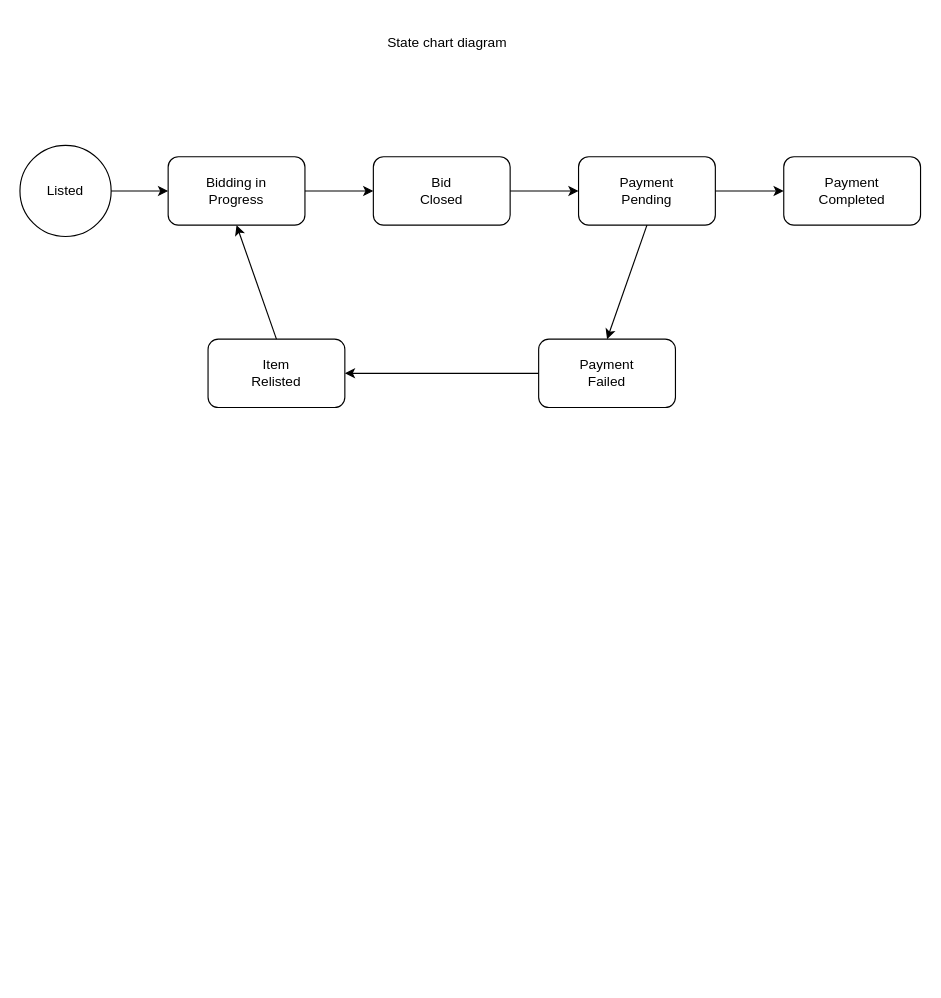
Before: state chat diagram.drawio in Abhilash31304/auction_BidBox, a draw.io diagram. Source tidied: cells renumbered, new cells numbered last; positions are measured from the earlier drawing's top-left corner, leaving out a move shared by most shapes. Both pictures are drawn from the tidied source at 114%, with x=0, y=0 at pixel (19, 19).
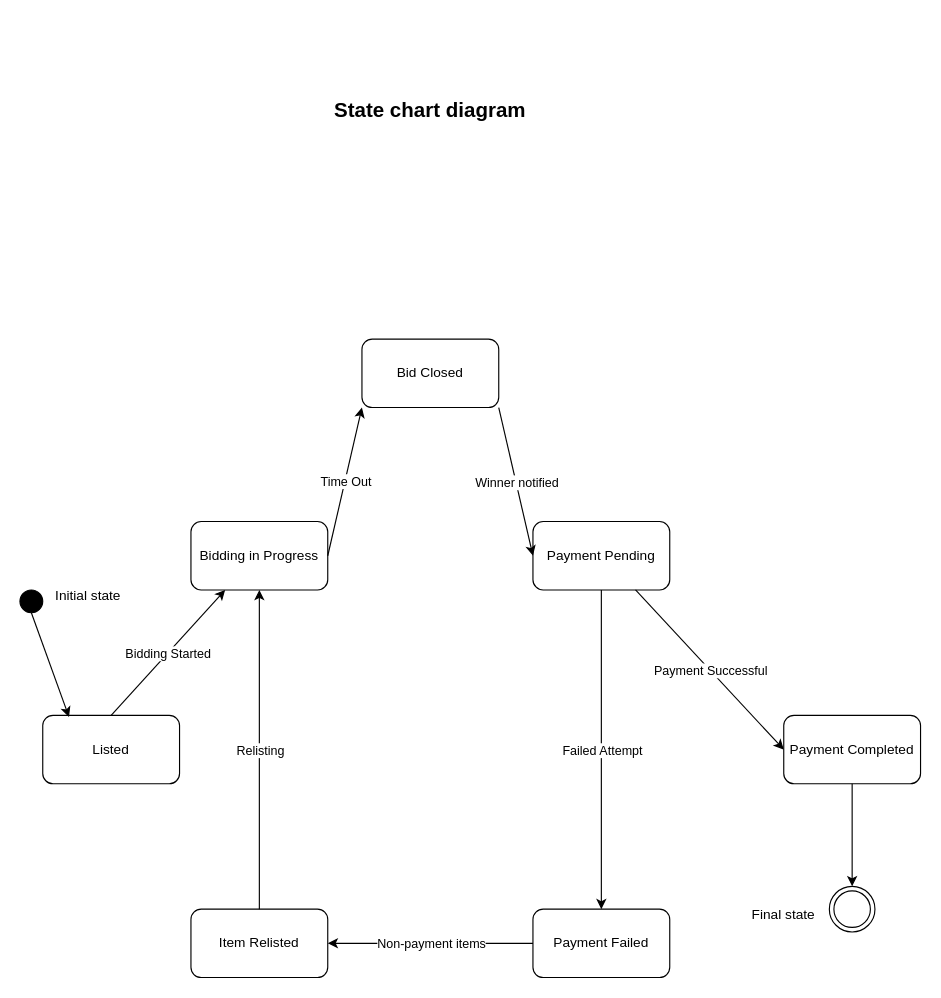
The same page after the edit.

The change refers to these unchanged cells:
```xml
<mxCell id="22" style="endArrow=classic;html=1;rounded=0;exitX=0;exitY=0.5;exitDx=0;exitDy=0;entryX=1;entryY=0.5;entryDx=0;entryDy=0;" parent="1" edge="1" source="17" target="19">
  <mxGeometry relative="1" as="geometry" />
</mxCell>
<mxCell id="23" style="endArrow=classic;html=1;rounded=0;exitX=0.5;exitY=0;exitDx=0;exitDy=0;entryX=0.5;entryY=1;entryDx=0;entryDy=0;" parent="1" edge="1" source="19" target="4">
  <mxGeometry relative="1" as="geometry" />
</mxCell>
```

Diff of the diagram source:
```diff
@@
-    <mxCell id="2" style="ellipse;whiteSpace=wrap;html=1;" parent="1" vertex="1">
-      <mxGeometry y="110" width="80" height="80" as="geometry" />
-    </mxCell>
-    <mxCell id="3" value="Listed" style="text;html=1;align=center;verticalAlign=middle;whiteSpace=wrap;rounded=0;" parent="1" vertex="1">
-      <mxGeometry x="10" y="135" width="60" height="30" as="geometry" />
-    </mxCell>
-    <mxCell id="4" style="rounded=1;whiteSpace=wrap;html=1;" parent="1" vertex="1">
-      <mxGeometry x="130" y="120" width="120" height="60" as="geometry" />
+    <mxCell id="4" value="Bidding in Progress" style="rounded=1;whiteSpace=wrap;html=1;" parent="1" vertex="1">
+      <mxGeometry x="150" y="440" width="120" height="60" as="geometry" />
     </mxCell>
-    <mxCell id="5" value="Bidding in Progress" style="text;html=1;align=center;verticalAlign=middle;whiteSpace=wrap;rounded=0;" parent="1" vertex="1">
-      <mxGeometry x="160" y="135" width="60" height="30" as="geometry" />
-    </mxCell>
-    <mxCell id="6" style="rounded=1;whiteSpace=wrap;html=1;" parent="1" vertex="1">
-      <mxGeometry x="310" y="120" width="120" height="60" as="geometry" />
+    <mxCell id="6" value="Bid Closed" style="rounded=1;whiteSpace=wrap;html=1;" parent="1" vertex="1">
+      <mxGeometry x="300" y="280" width="120" height="60" as="geometry" />
     </mxCell>
-    <mxCell id="7" value="Bid Closed" style="text;html=1;align=center;verticalAlign=middle;whiteSpace=wrap;rounded=0;" parent="1" vertex="1">
-      <mxGeometry x="340" y="135" width="60" height="30" as="geometry" />
-    </mxCell>
-    <mxCell id="8" style="rounded=1;whiteSpace=wrap;html=1;" parent="1" vertex="1">
-      <mxGeometry x="490" y="120" width="120" height="60" as="geometry" />
+    <mxCell id="8" value="Payment Pending" style="rounded=1;whiteSpace=wrap;html=1;" parent="1" vertex="1">
+      <mxGeometry x="450" y="440" width="120" height="60" as="geometry" />
     </mxCell>
-    <mxCell id="9" value="Payment Pending" style="text;html=1;align=center;verticalAlign=middle;whiteSpace=wrap;rounded=0;" parent="1" vertex="1">
-      <mxGeometry x="520" y="135" width="60" height="30" as="geometry" />
-    </mxCell>
-    <mxCell id="10" style="rounded=1;whiteSpace=wrap;html=1;" parent="1" vertex="1">
-      <mxGeometry x="670" y="120" width="120" height="60" as="geometry" />
+    <mxCell id="10" value="Payment Completed" style="rounded=1;whiteSpace=wrap;html=1;" parent="1" vertex="1">
+      <mxGeometry x="670" y="610" width="120" height="60" as="geometry" />
     </mxCell>
-    <mxCell id="11" value="Payment Completed" style="text;html=1;align=center;verticalAlign=middle;whiteSpace=wrap;rounded=0;" parent="1" vertex="1">
-      <mxGeometry x="700" y="135" width="60" height="30" as="geometry" />
-    </mxCell>
-    <mxCell id="12" style="endArrow=classic;html=1;rounded=0;exitX=1;exitY=0.5;exitDx=0;exitDy=0;entryX=0;entryY=0.5;entryDx=0;entryDy=0;" parent="1" edge="1" source="2" target="4">
-      <mxGeometry relative="1" as="geometry" />
-    </mxCell>
-    <mxCell id="13" style="endArrow=classic;html=1;rounded=0;exitX=1;exitY=0.5;exitDx=0;exitDy=0;entryX=0;entryY=0.5;entryDx=0;entryDy=0;" parent="1" edge="1" source="4" target="6">
-      <mxGeometry relative="1" as="geometry" />
-    </mxCell>
-    <mxCell id="14" style="endArrow=classic;html=1;rounded=0;exitX=1;exitY=0.5;exitDx=0;exitDy=0;entryX=0;entryY=0.5;entryDx=0;entryDy=0;" parent="1" edge="1" source="6" target="8">
-      <mxGeometry relative="1" as="geometry" />
-    </mxCell>
-    <mxCell id="15" style="endArrow=classic;html=1;rounded=0;exitX=1;exitY=0.5;exitDx=0;exitDy=0;entryX=0;entryY=0.5;entryDx=0;entryDy=0;" parent="1" edge="1" source="8" target="10">
-      <mxGeometry relative="1" as="geometry" />
-    </mxCell>
-    <mxCell id="16" value="State chart diagram" style="text;html=1;align=center;verticalAlign=middle;whiteSpace=wrap;rounded=0;" parent="1" vertex="1">
-      <mxGeometry x="300" width="150" height="40" as="geometry" />
+    <mxCell id="16" value="&lt;b&gt;&lt;font style=&quot;font-size: 18px;&quot;&gt;State chart diagram&lt;/font&gt;&lt;/b&gt;" style="text;html=1;align=center;verticalAlign=middle;whiteSpace=wrap;rounded=0;" parent="1" vertex="1">
+      <mxGeometry x="260" y="60" width="200" height="40" as="geometry" />
     </mxCell>
-    <mxCell id="17" style="rounded=1;whiteSpace=wrap;html=1;" parent="1" vertex="1">
-      <mxGeometry x="455" y="280" width="120" height="60" as="geometry" />
+    <mxCell id="17" value="Payment Failed" style="rounded=1;whiteSpace=wrap;html=1;" parent="1" vertex="1">
+      <mxGeometry x="450" y="780" width="120" height="60" as="geometry" />
     </mxCell>
-    <mxCell id="18" value="Payment Failed" style="text;html=1;align=center;verticalAlign=middle;whiteSpace=wrap;rounded=0;" parent="1" vertex="1">
-      <mxGeometry x="485" y="295" width="60" height="30" as="geometry" />
-    </mxCell>
-    <mxCell id="19" style="rounded=1;whiteSpace=wrap;html=1;" parent="1" vertex="1">
-      <mxGeometry x="165" y="280" width="120" height="60" as="geometry" />
+    <mxCell id="19" value="Item Relisted" style="rounded=1;whiteSpace=wrap;html=1;" parent="1" vertex="1">
+      <mxGeometry x="150" y="780" width="120" height="60" as="geometry" />
     </mxCell>
-    <mxCell id="20" value="Item Relisted" style="text;html=1;align=center;verticalAlign=middle;whiteSpace=wrap;rounded=0;" parent="1" vertex="1">
-      <mxGeometry x="195" y="295" width="60" height="30" as="geometry" />
-    </mxCell>
+    <mxCell id="13" style="endArrow=classic;html=1;rounded=0;exitX=1;exitY=0.5;exitDx=0;exitDy=0;entryX=0;entryY=1;entryDx=0;entryDy=0;" parent="1" edge="1" source="4" target="6">
+      <mxGeometry relative="1" as="geometry" />
+    </mxCell>
+    <mxCell id="24" value="Time Out" style="edgeLabel;html=1;align=center;verticalAlign=middle;" parent="13" vertex="1">
+      <mxGeometry relative="1" as="geometry" />
+    </mxCell>
+    <mxCell id="14" style="endArrow=classic;html=1;rounded=0;exitX=1;exitY=1;exitDx=0;exitDy=0;entryX=0;entryY=0.5;entryDx=0;entryDy=0;" parent="1" edge="1" source="6" target="8">
+      <mxGeometry relative="1" as="geometry" />
+    </mxCell>
+    <mxCell id="25" value="Winner notified" style="edgeLabel;html=1;align=center;verticalAlign=middle;" parent="14" vertex="1">
+      <mxGeometry relative="1" as="geometry" />
+    </mxCell>
+    <mxCell id="15" style="endArrow=classic;html=1;rounded=0;exitX=0.75;exitY=1;exitDx=0;exitDy=0;entryX=0;entryY=0.5;entryDx=0;entryDy=0;" parent="1" edge="1" source="8" target="10">
+      <mxGeometry relative="1" as="geometry" />
+    </mxCell>
+    <mxCell id="26" value="Payment Successful" style="edgeLabel;html=1;align=center;verticalAlign=middle;" parent="15" vertex="1">
+      <mxGeometry relative="1" as="geometry" />
+    </mxCell>
+    <mxCell id="27" style="endArrow=classic;html=1;rounded=0;exitX=0.5;exitY=0;exitDx=0;exitDy=0;entryX=0.25;entryY=1;entryDx=0;entryDy=0;" parent="1" edge="1" source="3" target="4">
+      <mxGeometry relative="1" as="geometry" />
+    </mxCell>
+    <mxCell id="28" value="Bidding Started" style="edgeLabel;html=1;align=center;verticalAlign=middle;" parent="27" vertex="1">
+      <mxGeometry relative="1" as="geometry" />
+    </mxCell>
-    <mxCell id="21" style="endArrow=classic;html=1;rounded=0;exitX=0.5;exitY=1;exitDx=0;exitDy=0;entryX=0.5;entryY=0;entryDx=0;entryDy=0;" parent="1" edge="1" source="8" target="17">
+    <mxCell id="21" style="endArrow=classic;html=1;rounded=0;entryX=0.5;entryY=0;entryDx=0;entryDy=0;exitX=0.5;exitY=1;exitDx=0;exitDy=0;" parent="1" edge="1" source="8" target="17">
       <mxGeometry relative="1" as="geometry" />
     </mxCell>
+    <mxCell id="29" value="Failed Attempt" style="edgeLabel;html=1;align=center;verticalAlign=middle;" parent="21" vertex="1">
+      <mxGeometry relative="1" as="geometry" />
+    </mxCell>
@@
+    <mxCell id="30" value="Non-payment items" style="edgeLabel;html=1;align=center;verticalAlign=middle;" parent="22" vertex="1">
+      <mxGeometry relative="1" as="geometry" />
+    </mxCell>
@@
+    <mxCell id="31" value="Relisting" style="edgeLabel;html=1;align=center;verticalAlign=middle;" parent="23" vertex="1">
+      <mxGeometry relative="1" as="geometry" />
+    </mxCell>
+    <mxCell id="32" style="ellipse;whiteSpace=wrap;html=1;fillColor=#000000;" parent="1" vertex="1">
+      <mxGeometry y="500" width="20" height="20" as="geometry" />
+    </mxCell>
+    <mxCell id="3" value="Listed" style="rounded=1;whiteSpace=wrap;html=1;" parent="1" vertex="1">
+      <mxGeometry x="20" y="610" width="120" height="60" as="geometry" />
+    </mxCell>
+    <mxCell id="33" style="endArrow=classic;html=1;rounded=0;exitX=0.5;exitY=1;exitDx=0;exitDy=0;entryX=0.192;entryY=0.023;entryDx=0;entryDy=0;entryPerimeter=0;" parent="1" edge="1" source="32" target="3">
+      <mxGeometry relative="1" as="geometry" />
+    </mxCell>
+    <mxCell id="34" style="ellipse;shape=doubleEllipse;whiteSpace=wrap;html=1;" parent="1" vertex="1">
+      <mxGeometry x="710" y="760" width="40" height="40" as="geometry" />
+    </mxCell>
+    <mxCell id="35" style="endArrow=classic;html=1;rounded=0;entryX=0.5;entryY=0;entryDx=0;entryDy=0;exitX=0.5;exitY=1;exitDx=0;exitDy=0;" parent="1" edge="1" source="10" target="34">
+      <mxGeometry relative="1" as="geometry" />
+    </mxCell>
+    <mxCell id="36" value="Initial state" style="text;html=1;align=center;verticalAlign=middle;whiteSpace=wrap;rounded=0;" parent="1" vertex="1">
+      <mxGeometry x="30" y="490" width="60" height="30" as="geometry" />
+    </mxCell>
+    <mxCell id="37" value="Final state" style="text;html=1;align=center;verticalAlign=middle;whiteSpace=wrap;rounded=0;" parent="1" vertex="1">
+      <mxGeometry x="640" y="770" width="60" height="30" as="geometry" />
+    </mxCell>
```
